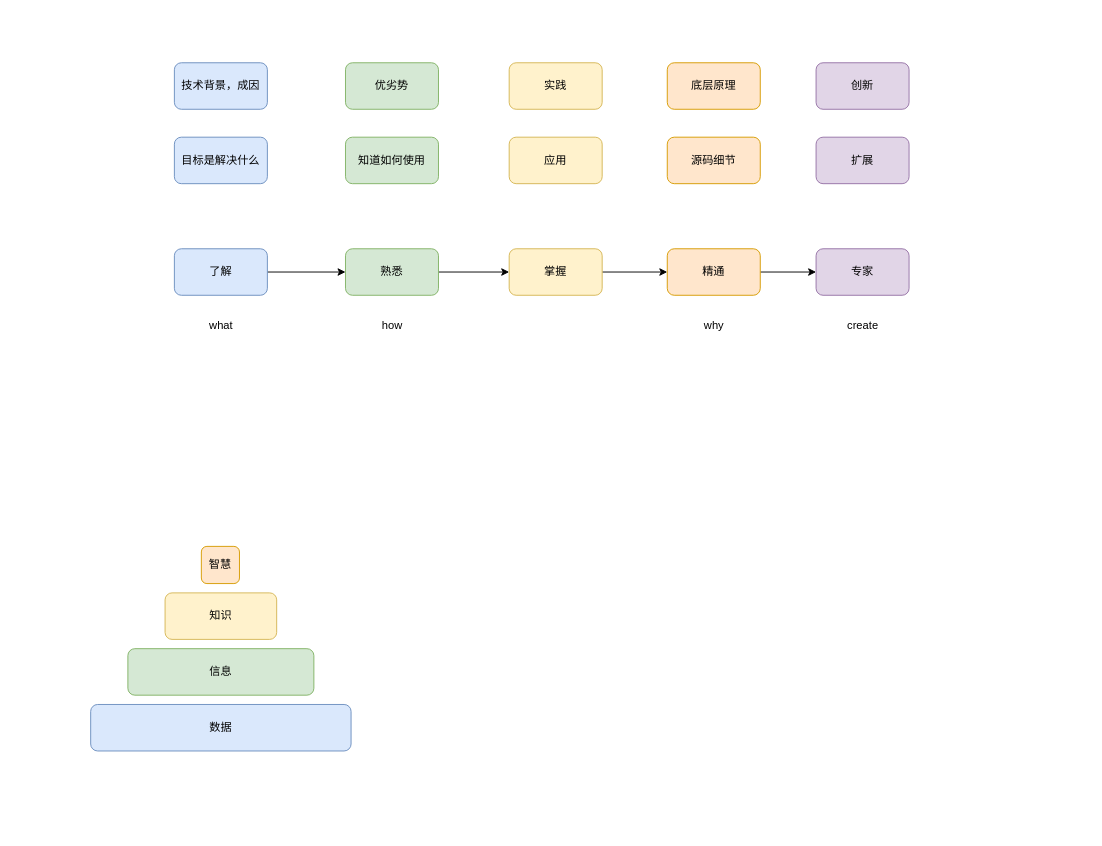
Above: page "指导" (1 of 2) of blog.drawio in lovercode/drawio (draw.io), before the change. Source tidied: cells renumbered, new cells numbered last; positions are measured from the earlier drawing's top-left corner, leaving out a move shared by most shapes. Both pictures are drawn from the tidied source at 93%, with x=0, y=0 at pixel (90, 62).
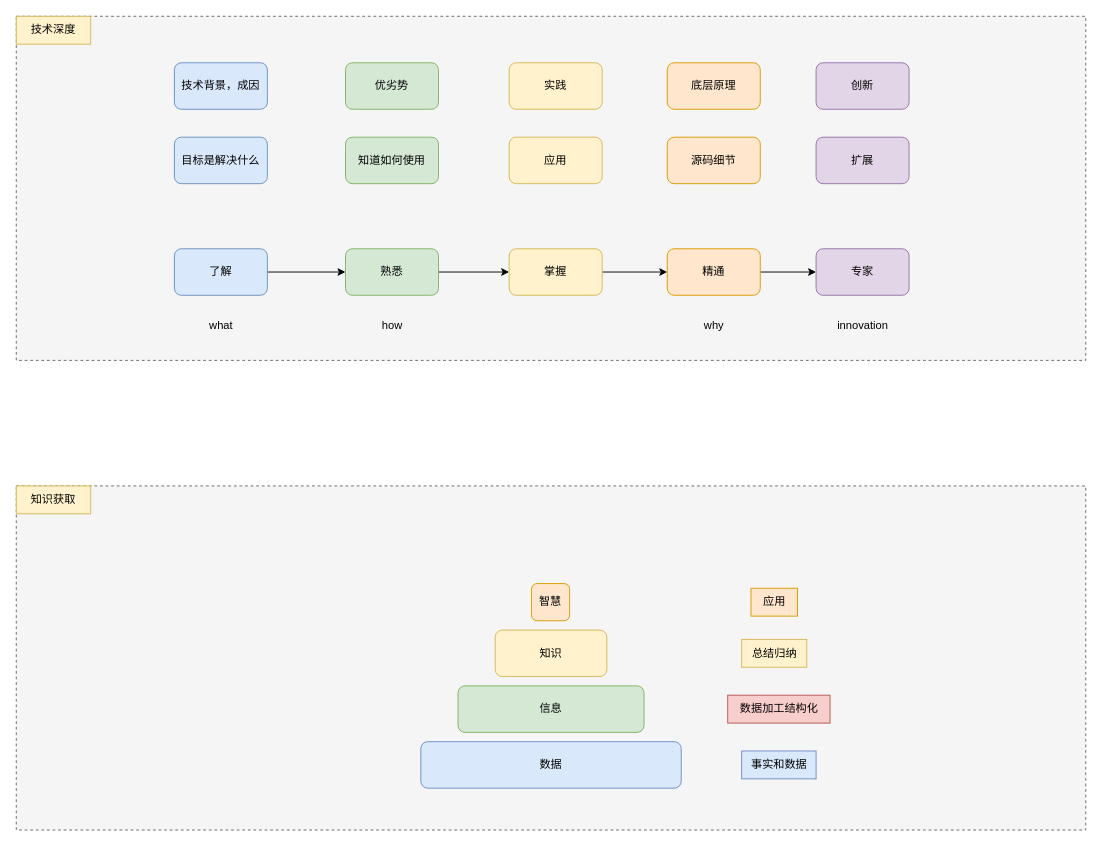
The same diagram, later.

Diff of the diagram source:
```diff
@@
+    <mxCell id="29" style="group;" parent="1" vertex="1">
+      <mxGeometry x="-80" y="455" width="1150" height="370" as="geometry" />
+    </mxCell>
+    <mxCell id="30" style="rounded=0;whiteSpace=wrap;html=1;fillColor=#f5f5f5;strokeColor=#666666;fontColor=#333333;dashed=1;" parent="29" vertex="1">
+      <mxGeometry width="1150" height="370" as="geometry" />
+    </mxCell>
+    <mxCell id="31" value="知识获取" style="rounded=0;whiteSpace=wrap;html=1;fillColor=#fff2cc;strokeColor=#d6b656;" parent="29" vertex="1">
+      <mxGeometry width="80" height="30" as="geometry" />
+    </mxCell>
+    <mxCell id="32" style="group;" parent="1" vertex="1">
+      <mxGeometry x="-80" y="-50" width="1150" height="370" as="geometry" />
+    </mxCell>
+    <mxCell id="33" style="rounded=0;whiteSpace=wrap;html=1;fillColor=#f5f5f5;strokeColor=#666666;fontColor=#333333;dashed=1;" parent="32" vertex="1">
+      <mxGeometry width="1150" height="370" as="geometry" />
+    </mxCell>
+    <mxCell id="34" value="技术深度" style="rounded=0;whiteSpace=wrap;html=1;fillColor=#fff2cc;strokeColor=#d6b656;" parent="32" vertex="1">
+      <mxGeometry width="80" height="30" as="geometry" />
+    </mxCell>
@@
-    <mxCell id="24" value="create" style="text;html=1;align=center;verticalAlign=middle;strokeColor=none;fillColor=none;" parent="1" vertex="1">
-      <mxGeometry x="800" y="268" width="60" height="30" as="geometry" />
+    <mxCell id="24" value="innovation" style="text;html=1;align=center;verticalAlign=middle;strokeColor=none;fillColor=none;" parent="1" vertex="1">
+      <mxGeometry x="790" y="268" width="80" height="30" as="geometry" />
     </mxCell>
     <mxCell id="25" value="数据" style="rounded=1;whiteSpace=wrap;html=1;fillColor=#dae8fc;strokeColor=#6c8ebf;" parent="1" vertex="1">
-      <mxGeometry y="690" width="280" height="50" as="geometry" />
+      <mxGeometry x="355" y="730" width="280" height="50" as="geometry" />
     </mxCell>
     <mxCell id="26" value="信息" style="rounded=1;whiteSpace=wrap;html=1;fillColor=#d5e8d4;strokeColor=#82b366;" parent="1" vertex="1">
-      <mxGeometry x="40" y="630" width="200" height="50" as="geometry" />
+      <mxGeometry x="395" y="670" width="200" height="50" as="geometry" />
     </mxCell>
     <mxCell id="27" value="知识" style="rounded=1;whiteSpace=wrap;html=1;fillColor=#fff2cc;strokeColor=#d6b656;" parent="1" vertex="1">
-      <mxGeometry x="80" y="570" width="120" height="50" as="geometry" />
+      <mxGeometry x="435" y="610" width="120" height="50" as="geometry" />
     </mxCell>
     <mxCell id="28" value="智慧" style="rounded=1;whiteSpace=wrap;html=1;fillColor=#ffe6cc;strokeColor=#d79b00;" parent="1" vertex="1">
-      <mxGeometry x="119" y="520" width="41" height="40" as="geometry" />
+      <mxGeometry x="474" y="560" width="41" height="40" as="geometry" />
     </mxCell>
+    <mxCell id="35" value="事实和数据" style="text;html=1;align=center;verticalAlign=middle;strokeColor=#6c8ebf;fillColor=#dae8fc;" parent="1" vertex="1">
+      <mxGeometry x="700" y="740" width="80" height="30" as="geometry" />
+    </mxCell>
+    <mxCell id="36" value="数据加工结构化" style="text;html=1;align=center;verticalAlign=middle;strokeColor=#b85450;fillColor=#f8cecc;" parent="1" vertex="1">
+      <mxGeometry x="685" y="680" width="110" height="30" as="geometry" />
+    </mxCell>
+    <mxCell id="37" value="总结归纳" style="text;html=1;align=center;verticalAlign=middle;strokeColor=#d6b656;fillColor=#fff2cc;" parent="1" vertex="1">
+      <mxGeometry x="700" y="620" width="70" height="30" as="geometry" />
+    </mxCell>
+    <mxCell id="38" value="应用" style="text;html=1;align=center;verticalAlign=middle;strokeColor=#d79b00;fillColor=#ffe6cc;" parent="1" vertex="1">
+      <mxGeometry x="710" y="565" width="50" height="30" as="geometry" />
+    </mxCell>
```
